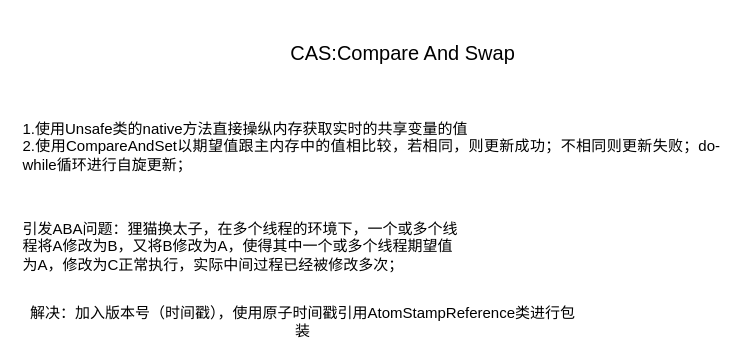
qouson/my-Java-note keeps this draw.io diagram as Java基础/多线程/CAS.drawio. Above is the earlier version. Source tidied: cells renumbered, new cells numbered last; positions are measured from the earlier drawing's top-left corner, leaving out a move shared by most shapes. Both pictures are drawn from the tidied source at 125%, with x=0, y=0 at pixel (21, 21).
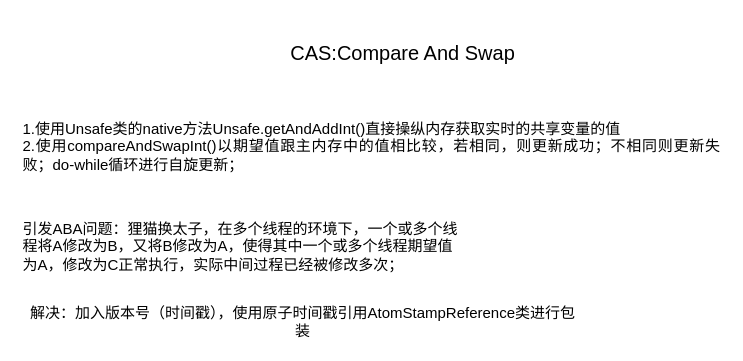
The same page after the edit.

Change to the diagram source:
```diff
@@
 <mxGraphModel>
   <root>
     <mxCell id="0" />
     <mxCell id="1" parent="0" />
     <mxCell id="2" value="&lt;div style=&quot;font-size: 16px&quot;&gt;&lt;font style=&quot;font-size: 16px&quot;&gt;CAS:Compare And Swap&lt;/font&gt;&lt;/div&gt;" style="text;html=1;strokeColor=none;fillColor=none;align=center;verticalAlign=middle;whiteSpace=wrap;rounded=0;" parent="1" vertex="1">
       <mxGeometry x="180" width="250" height="50" as="geometry" />
     </mxCell>
-    <mxCell id="3" value="&lt;div align=&quot;justify&quot;&gt;1.使用Unsafe类的native方法直接操纵内存获取实时的共享变量的值&lt;/div&gt;&lt;div align=&quot;justify&quot;&gt;2.使用CompareAndSet以期望值跟主内存中的值相比较，若相同，则更新成功；不相同则更新失败；do-while循环进行自旋更新；&lt;/div&gt;" style="text;html=1;strokeColor=none;fillColor=none;align=center;verticalAlign=middle;whiteSpace=wrap;rounded=0;" parent="1" vertex="1">
+    <mxCell id="3" value="&lt;div align=&quot;justify&quot;&gt;1.使用Unsafe类的native方法Unsafe.getAndAddInt()直接操纵内存获取实时的共享变量的值&lt;/div&gt;&lt;div align=&quot;justify&quot;&gt;2.使用compareAndSwapInt()以期望值跟主内存中的值相比较，若相同，则更新成功；不相同则更新失败；do-while循环进行自旋更新；&lt;/div&gt;" style="text;html=1;strokeColor=none;fillColor=none;align=center;verticalAlign=middle;whiteSpace=wrap;rounded=0;" parent="1" vertex="1">
       <mxGeometry y="70" width="560" height="60" as="geometry" />
     </mxCell>
     <mxCell id="4" value="&lt;div align=&quot;left&quot;&gt;引发ABA问题：狸猫换太子，在多个线程的环境下，一个或多个线程将A修改为B，又将B修改为A，使得其中一个或多个线程期望值为A，修改为C正常执行，实际中间过程已经被修改多次；&lt;/div&gt;" style="text;html=1;strokeColor=none;fillColor=none;align=center;verticalAlign=middle;whiteSpace=wrap;rounded=0;" parent="1" vertex="1">
       <mxGeometry y="170" width="350" height="20" as="geometry" />
     </mxCell>
     <mxCell id="5" value="解决：加入版本号（时间戳），使用原子时间戳引用AtomStampReference类进行包装" style="text;html=1;strokeColor=none;fillColor=none;align=center;verticalAlign=middle;whiteSpace=wrap;rounded=0;" parent="1" vertex="1">
       <mxGeometry y="230" width="450" height="20" as="geometry" />
     </mxCell>
   </root>
 </mxGraphModel>
```
